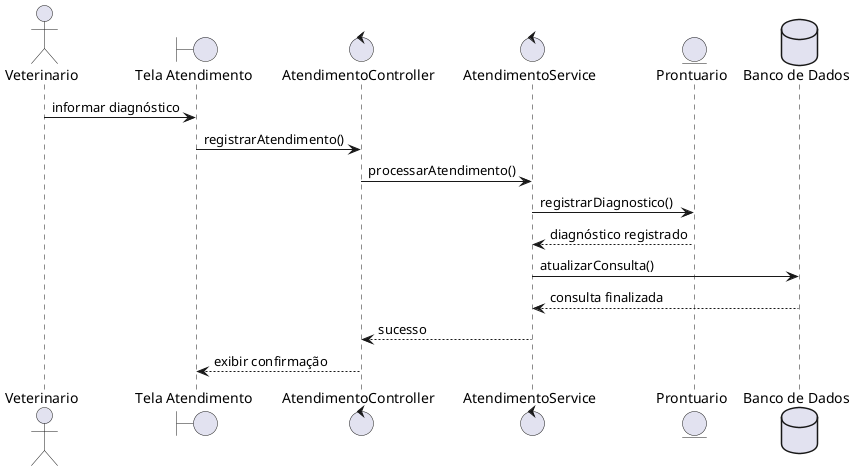
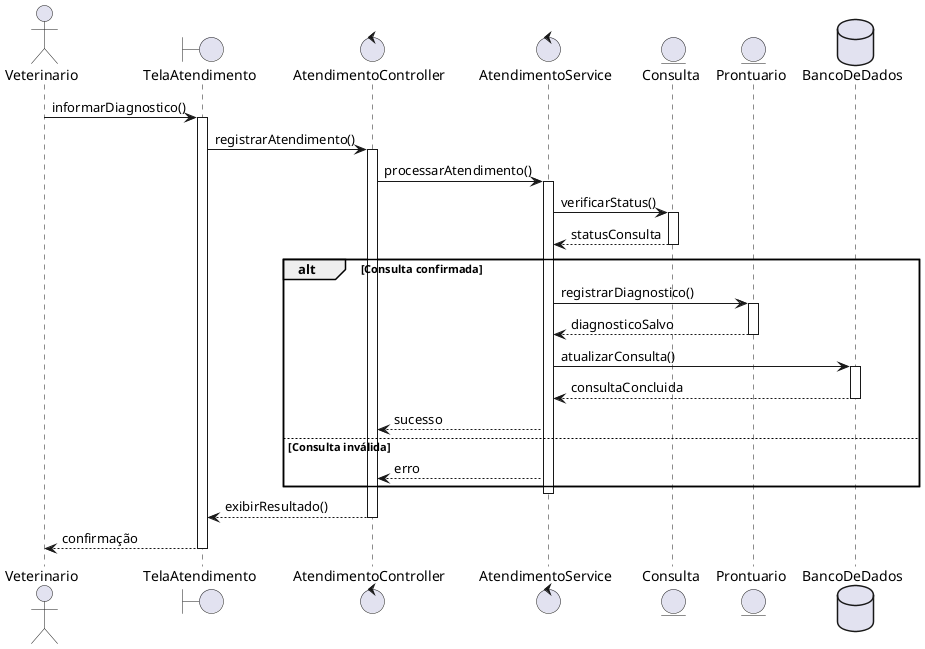
@startuml

actor Veterinario

- boundary "Tela Atendimento" as Tela
- control "AtendimentoController" as Controller
- control "AtendimentoService" as Service
- entity "Prontuario" as Prontuario
- database "Banco de Dados" as BD
+ boundary TelaAtendimento
+ control AtendimentoController
+ control AtendimentoService
+ entity Consulta
+ entity Prontuario
+ database BancoDeDados

- Veterinario -> Tela : informar diagnóstico
+ Veterinario -> TelaAtendimento : informarDiagnostico()
+ activate TelaAtendimento

- Tela -> Controller : registrarAtendimento()
+ TelaAtendimento -> AtendimentoController : registrarAtendimento()
+ activate AtendimentoController

- Controller -> Service : processarAtendimento()
+ AtendimentoController -> AtendimentoService : processarAtendimento()
+ activate AtendimentoService

- Service -> Prontuario : registrarDiagnostico()
+ AtendimentoService -> Consulta : verificarStatus()
+ activate Consulta

- Prontuario --> Service : diagnóstico registrado
+ Consulta --> AtendimentoService : statusConsulta
+ deactivate Consulta

- Service -> BD : atualizarConsulta()
+ alt Consulta confirmada

- BD --> Service : consulta finalizada
+     AtendimentoService -> Prontuario : registrarDiagnostico()
+     activate Prontuario

- Service --> Controller : sucesso
+     Prontuario --> AtendimentoService : diagnosticoSalvo
+     deactivate Prontuario

- Controller --> Tela : exibir confirmação
+     AtendimentoService -> BancoDeDados : atualizarConsulta()
+     activate BancoDeDados
+ 
+     BancoDeDados --> AtendimentoService : consultaConcluida
+     deactivate BancoDeDados
+ 
+     AtendimentoService --> AtendimentoController : sucesso
+ 
+ else Consulta inválida
+ 
+     AtendimentoService --> AtendimentoController : erro
+ 
+ end
+ 
+ deactivate AtendimentoService
+ 
+ AtendimentoController --> TelaAtendimento : exibirResultado()
+ deactivate AtendimentoController
+ 
+ TelaAtendimento --> Veterinario : confirmação
+ deactivate TelaAtendimento

@enduml
